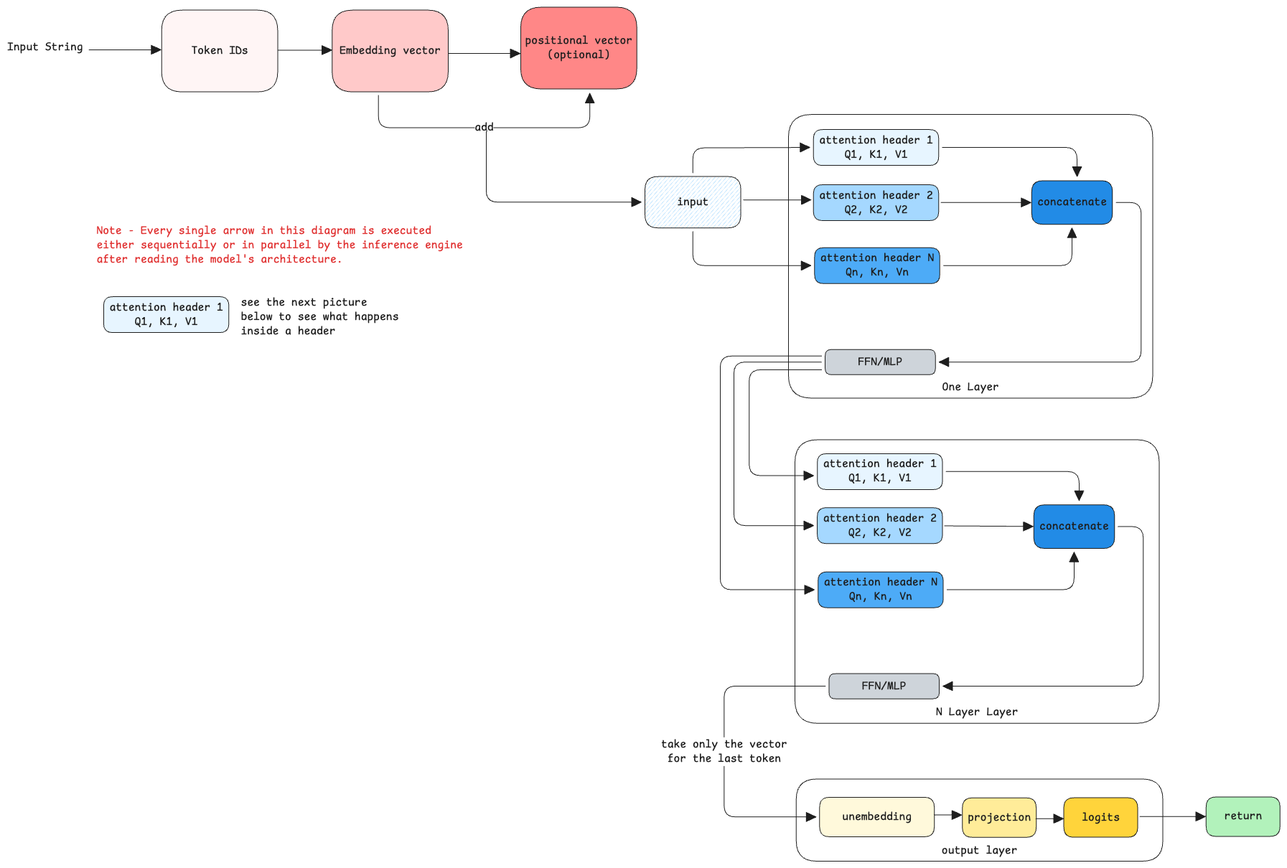
Above: static/img/ai-llm-hl.excalidraw.png in swaroopar/inprogress-engineer (Excalidraw), before the change. Source tidied: one line per element, renumbered; positions are measured from the earlier drawing's top-left corner, leaving out a move shared by most shapes.
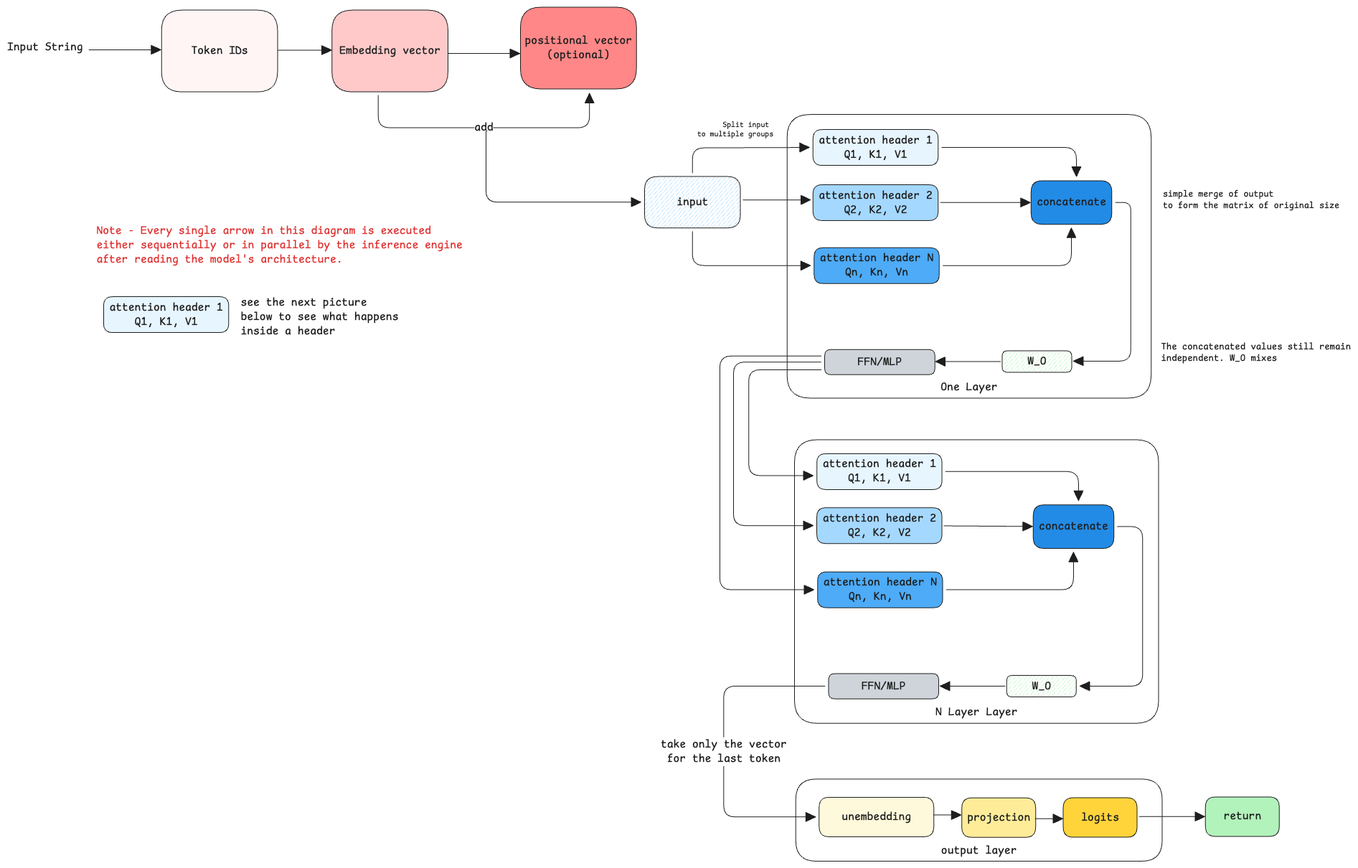
The same diagram one commit later.

Diff of the diagram source:
```diff
@@ -8,8 +8,8 @@
 {"id": 7, "type": "arrow", "strokeColor": "#1e1e1e", "strokeWidth": 1, "roughness": 0, "endArrowhead": "triangle", "from": 3, "to": 5, "x": 615, "y": 65, "width": 100, "height": 0, "points": [[0, 0], [100, 0]]}
 {"id": 8, "type": "arrow", "strokeColor": "#1e1e1e", "strokeWidth": 1, "roughness": 0, "endArrowhead": "triangle", "from": 3, "to": 5, "x": 517, "y": 123, "width": 294, "height": 48, "points": [[0, 0], [0, 45], [294, 45], [294, -3]]}
 {"id": 9, "type": "text", "text": "add", "strokeColor": "#1e1e1e", "strokeWidth": 1, "roughness": 0, "fontSize": 16, "fontFamily": 8, "textAlign": "center", "verticalAlign": "middle", "inside": 8, "x": 651, "y": 158, "width": 26, "height": 20}
-{"id": 10, "type": "rectangle", "strokeColor": "#1e1e1e", "strokeWidth": 1, "roughness": 0, "round": true, "x": 1088, "y": 150, "width": 508, "height": 395}
+{"id": 10, "type": "rectangle", "strokeColor": "#1e1e1e", "strokeWidth": 1, "roughness": 0, "round": true, "x": 1087, "y": 150, "width": 508, "height": 395}
-{"id": 11, "type": "text", "text": "One Layer", "strokeColor": "#1e1e1e", "strokeWidth": 1, "roughness": 0, "fontSize": 16, "fontFamily": 8, "textAlign": "center", "verticalAlign": "bottom", "inside": 10, "x": 1303, "y": 520, "width": 79, "height": 20}
+{"id": 11, "type": "text", "text": "One Layer", "strokeColor": "#1e1e1e", "strokeWidth": 1, "roughness": 0, "fontSize": 16, "fontFamily": 8, "textAlign": "center", "verticalAlign": "bottom", "inside": 10, "x": 1301, "y": 520, "width": 79, "height": 20}
 {"id": 12, "type": "rectangle", "strokeColor": "#1e1e1e", "backgroundColor": "#ced4da", "fillStyle": "solid", "strokeWidth": 1, "roughness": 0, "round": true, "x": 1140, "y": 477, "width": 154, "height": 35}
 {"id": 13, "type": "text", "text": "FFN/MLP", "strokeColor": "#1e1e1e", "strokeWidth": 1, "roughness": 0, "fontSize": 16, "fontFamily": 8, "textAlign": "center", "verticalAlign": "middle", "inside": 12, "x": 1186, "y": 485, "width": 62, "height": 20}
 {"id": 14, "type": "rectangle", "strokeColor": "#1e1e1e", "backgroundColor": "#e7f5ff", "fillStyle": "solid", "strokeWidth": 1, "roughness": 0, "round": true, "x": 1123, "y": 171, "width": 174, "height": 50}
@@ -29,7 +29,7 @@
 {"id": 28, "type": "arrow", "strokeColor": "#1e1e1e", "strokeWidth": 1, "roughness": 0, "endArrowhead": "triangle", "from": 14, "to": 26, "x": 1303, "y": 196, "width": 188, "height": 41, "points": [[0, 0], [188, 0], [188, 41]]}
 {"id": 29, "type": "arrow", "strokeColor": "#1e1e1e", "strokeWidth": 1, "roughness": 0, "endArrowhead": "triangle", "from": 16, "to": 26, "x": 1301, "y": 272, "width": 126, "height": 0, "points": [[0, 0], [126, 0]]}
 {"id": 30, "type": "arrow", "strokeColor": "#1e1e1e", "strokeWidth": 1, "roughness": 0, "endArrowhead": "triangle", "from": 18, "to": 26, "x": 1304, "y": 360, "width": 179, "height": 53, "points": [[0, 0], [179, 0], [179, -53]]}
-{"id": 31, "type": "arrow", "strokeColor": "#1e1e1e", "strokeWidth": 1, "roughness": 0, "endArrowhead": "triangle", "from": 26, "to": 12, "x": 1545, "y": 272, "width": 282, "height": 222, "points": [[0, 0], [35, 0], [35, 222], [-247, 222]]}
+{"id": 31, "type": "arrow", "strokeColor": "#1e1e1e", "strokeWidth": 1, "roughness": 0, "endArrowhead": "triangle", "from": 26, "to": 12, "x": 1545, "y": 272, "width": 80, "height": 221, "points": [[0, 0], [22, 0], [22, 221], [-58, 221]]}
 {"id": 32, "type": "rectangle", "strokeColor": "#1e1e1e", "strokeWidth": 1, "roughness": 0, "round": true, "x": 1097, "y": 603, "width": 508, "height": 395}
 {"id": 33, "type": "text", "text": "N Layer Layer", "strokeColor": "#1e1e1e", "strokeWidth": 1, "roughness": 0, "fontSize": 16, "fontFamily": 8, "textAlign": "center", "verticalAlign": "bottom", "inside": 32, "x": 1294, "y": 973, "width": 114, "height": 20}
 {"id": 34, "type": "rectangle", "strokeColor": "#1e1e1e", "backgroundColor": "#ced4da", "fillStyle": "solid", "strokeWidth": 1, "roughness": 0, "round": true, "x": 1145, "y": 929, "width": 154, "height": 35}
@@ -45,7 +45,7 @@
 {"id": 44, "type": "arrow", "strokeColor": "#1e1e1e", "strokeWidth": 1, "roughness": 0, "endArrowhead": "triangle", "from": 36, "to": 42, "x": 1308, "y": 647, "width": 185, "height": 41, "points": [[0, 0], [185, 0], [185, 41]]}
 {"id": 45, "type": "arrow", "strokeColor": "#1e1e1e", "strokeWidth": 1, "roughness": 0, "endArrowhead": "triangle", "from": 38, "to": 42, "x": 1306, "y": 723, "width": 123, "height": 1, "points": [[0, 0], [123, 1]]}
 {"id": 46, "type": "arrow", "strokeColor": "#1e1e1e", "strokeWidth": 1, "roughness": 0, "endArrowhead": "triangle", "from": 40, "to": 42, "x": 1309, "y": 812, "width": 177, "height": 53, "points": [[0, 0], [177, 0], [177, -53]]}
-{"id": 47, "type": "arrow", "strokeColor": "#1e1e1e", "strokeWidth": 1, "roughness": 0, "endArrowhead": "triangle", "from": 42, "to": 34, "x": 1548, "y": 724, "width": 279, "height": 222, "points": [[0, 0], [35, 0], [35, 222], [-244, 222]]}
+{"id": 47, "type": "arrow", "strokeColor": "#1e1e1e", "strokeWidth": 1, "roughness": 0, "endArrowhead": "triangle", "from": 42, "to": 75, "x": 1548, "y": 724, "width": 87, "height": 222, "points": [[0, 0], [35, 0], [35, 222], [-52, 222]]}
 {"id": 48, "type": "arrow", "strokeColor": "#1e1e1e", "strokeWidth": 1, "roughness": 0, "endArrowhead": "triangle", "from": 12, "x": 1135, "y": 505, "width": 101, "height": 148, "points": [[0, 0], [-101, 0], [-101, 148], [-11, 148]]}
 {"id": 49, "type": "arrow", "strokeColor": "#1e1e1e", "strokeWidth": 1, "roughness": 0, "endArrowhead": "triangle", "from": 12, "to": 38, "x": 1135, "y": 495, "width": 122, "height": 228, "points": [[0, 0], [-122, 0], [-122, 228], [-11, 228]]}
 {"id": 50, "type": "arrow", "strokeColor": "#1e1e1e", "strokeWidth": 1, "roughness": 0, "endArrowhead": "triangle", "from": 12, "to": 40, "x": 1135, "y": 486, "width": 141, "height": 326, "points": [[0, 0], [-141, 0], [-141, 326], [-10, 326]]}
@@ -70,3 +70,12 @@
 {"id": 69, "type": "rectangle", "strokeColor": "#1e1e1e", "backgroundColor": "#e7f5ff", "fillStyle": "solid", "strokeWidth": 1, "roughness": 0, "round": true, "x": 134, "y": 404, "width": 174, "height": 50}
 {"id": 70, "type": "text", "text": "attention header 1\nQ1, K1, V1", "strokeColor": "#1e1e1e", "strokeWidth": 1, "roughness": 0, "fontSize": 16, "fontFamily": 8, "textAlign": "center", "verticalAlign": "middle", "inside": 69, "x": 142, "y": 409, "width": 158, "height": 40}
 {"id": 71, "type": "text", "text": "see the next picture\nbelow to see what happens\ninside a header", "strokeColor": "#1e1e1e", "strokeWidth": 2, "roughness": 1, "fontSize": 16, "fontFamily": 8, "x": 325, "y": 402, "width": 220, "height": 60}
+{"id": 72, "type": "rectangle", "strokeColor": "#1e1e1e", "backgroundColor": "#b2f2bb", "fillStyle": "hachure", "strokeWidth": 1, "roughness": 0, "round": true, "x": 1387, "y": 479, "width": 97, "height": 30}
+{"id": 73, "type": "text", "text": "W_O", "strokeColor": "#1e1e1e", "strokeWidth": 1, "roughness": 0, "fontSize": 16, "fontFamily": 8, "textAlign": "center", "verticalAlign": "middle", "inside": 72, "x": 1422, "y": 484, "width": 26, "height": 20}
+{"id": 74, "type": "arrow", "strokeColor": "#1e1e1e", "backgroundColor": "#b2f2bb", "fillStyle": "hachure", "strokeWidth": 1, "roughness": 0, "endArrowhead": "triangle", "x": 1385, "y": 494, "width": 91, "height": 0, "points": [[0, 0], [-91, 0]]}
+{"id": 75, "type": "rectangle", "strokeColor": "#1e1e1e", "backgroundColor": "#b2f2bb", "fillStyle": "hachure", "strokeWidth": 1, "roughness": 0, "round": true, "x": 1393, "y": 932, "width": 97, "height": 30}
+{"id": 76, "type": "text", "text": "W_O", "strokeColor": "#1e1e1e", "strokeWidth": 1, "roughness": 0, "fontSize": 16, "fontFamily": 8, "textAlign": "center", "verticalAlign": "middle", "inside": 75, "x": 1429, "y": 937, "width": 26, "height": 20}
+{"id": 77, "type": "arrow", "strokeColor": "#1e1e1e", "backgroundColor": "#b2f2bb", "fillStyle": "hachure", "strokeWidth": 1, "roughness": 0, "endArrowhead": "triangle", "x": 1391, "y": 947, "width": 91, "height": 0, "points": [[0, 0], [-91, 0]]}
+{"id": 78, "type": "text", "text": "Split input \nto multiple groups", "strokeColor": "#1e1e1e", "backgroundColor": "#b2f2bb", "fillStyle": "hachure", "strokeWidth": 1, "roughness": 0, "fontSize": 10.74, "fontFamily": 8, "textAlign": "right", "x": 962, "y": 157, "width": 106, "height": 27}
+{"id": 79, "type": "text", "text": "simple merge of output\nto form the matrix of original size", "strokeColor": "#1e1e1e", "backgroundColor": "#b2f2bb", "fillStyle": "hachure", "strokeWidth": 1, "roughness": 0, "fontSize": 12.79, "fontFamily": 8, "x": 1611, "y": 253, "width": 246, "height": 32}
+{"id": 80, "type": "text", "text": "The concatenated values still remain\nindependent. W_O mixes", "strokeColor": "#1e1e1e", "backgroundColor": "#b2f2bb", "fillStyle": "hachure", "strokeWidth": 1, "roughness": 0, "fontSize": 13.37, "fontFamily": 8, "x": 1608, "y": 465, "width": 265, "height": 33}
```
